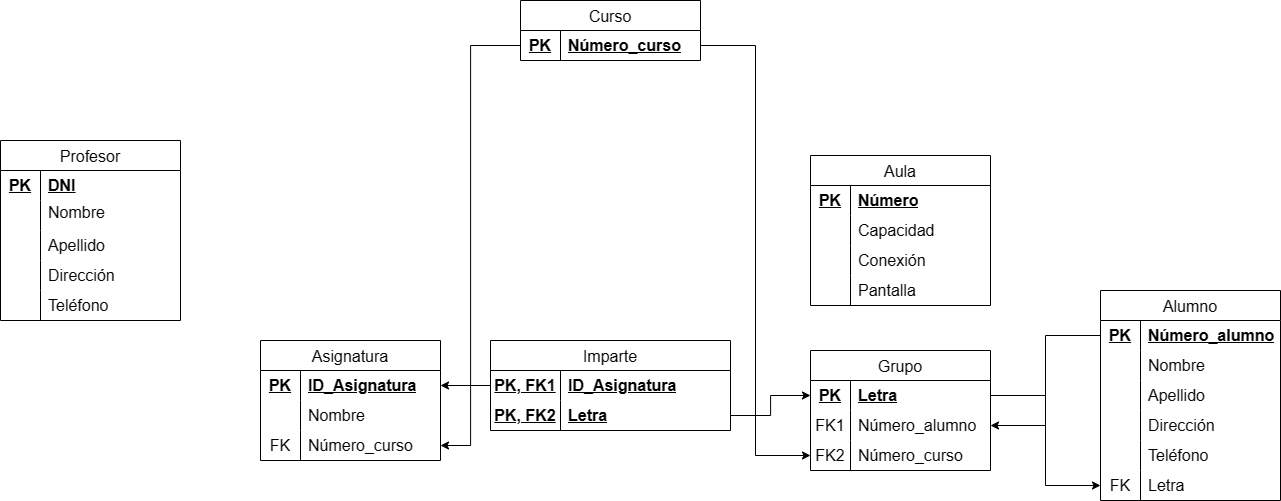
Earlier version of the draw.io export modelo-relacional/modelo_relacional_evaluable2.drawio.png (JesusLugo2002/BAE). Source tidied: cells renumbered, new cells last; positions are measured from the earlier drawing's top-left corner, leaving out a move shared by most shapes.
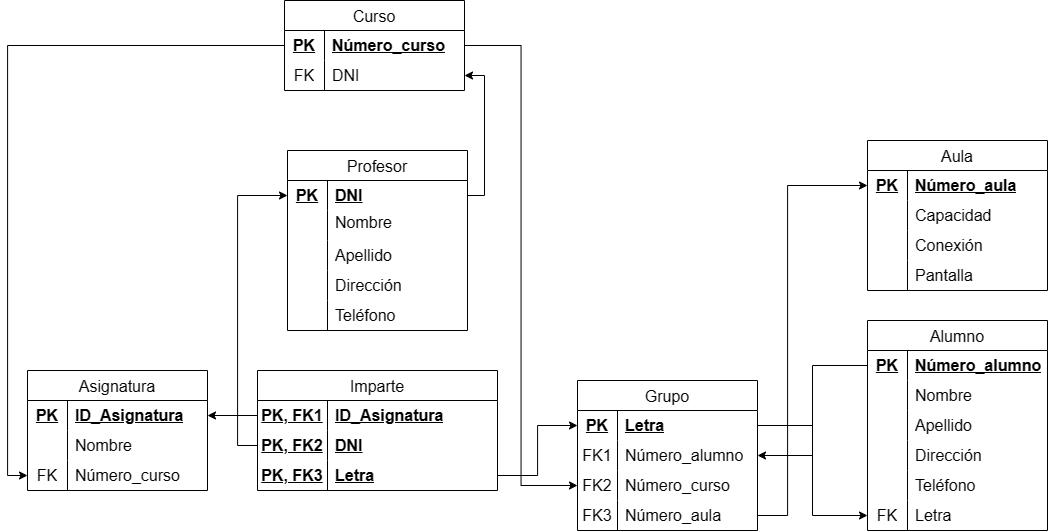
The same file after the commit.

Change to the diagram source:
```diff
@@ -3,7 +3,7 @@
     <mxCell id="0" />
     <mxCell id="1" parent="0" />
     <mxCell id="2" value="Curso" style="shape=table;startSize=30;rowLines=0;fontStyle=0;strokeColor=default;fontSize=16;" parent="1" vertex="1">
-      <mxGeometry x="520" width="180" height="60" as="geometry" />
+      <mxGeometry x="517" y="-30" width="180" height="90" as="geometry" />
     </mxCell>
     <mxCell id="3" style="shape=tableRow;horizontal=0;startSize=0;swimlaneHead=0;swimlaneBody=0;top=0;left=0;bottom=0;right=0;fillColor=none;points=[[0,0.5],[1,0.5]];portConstraint=eastwest;strokeColor=inherit;fontSize=16;" parent="2" vertex="1">
       <mxGeometry y="30" width="180" height="30" as="geometry" />
@@ -14,6 +14,15 @@
     <mxCell id="5" value="Número_curso" style="shape=partialRectangle;html=1;whiteSpace=wrap;fillColor=none;top=0;left=0;bottom=0;right=0;align=left;spacingLeft=6;overflow=hidden;strokeColor=inherit;fontSize=16;fontStyle=5;" parent="3" vertex="1">
       <mxGeometry x="40" width="140" height="30" as="geometry" />
     </mxCell>
+    <mxCell id="87" style="shape=tableRow;horizontal=0;startSize=0;swimlaneHead=0;swimlaneBody=0;top=0;left=0;bottom=0;right=0;fillColor=none;points=[[0,0.5],[1,0.5]];portConstraint=eastwest;strokeColor=inherit;fontSize=16;" parent="2" vertex="1">
+      <mxGeometry y="60" width="180" height="30" as="geometry" />
+    </mxCell>
+    <mxCell id="88" value="FK" style="shape=partialRectangle;html=1;whiteSpace=wrap;fillColor=none;top=0;left=0;bottom=0;right=0;overflow=hidden;strokeColor=inherit;fontSize=16;fontStyle=0;" parent="87" vertex="1">
+      <mxGeometry width="40" height="30" as="geometry" />
+    </mxCell>
+    <mxCell id="89" value="DNI" style="shape=partialRectangle;html=1;whiteSpace=wrap;fillColor=none;top=0;left=0;bottom=0;right=0;align=left;spacingLeft=6;overflow=hidden;strokeColor=inherit;fontSize=16;fontStyle=0;" parent="87" vertex="1">
+      <mxGeometry x="40" width="140" height="30" as="geometry" />
+    </mxCell>
     <mxCell id="6" value="Asignatura" style="shape=table;startSize=30;rowLines=0;fontStyle=0;strokeColor=default;fontSize=16;" parent="1" vertex="1">
       <mxGeometry x="260" y="340" width="180" height="120" as="geometry" />
     </mxCell>
@@ -45,7 +54,7 @@
       <mxGeometry x="40" width="140" height="30" as="geometry" />
     </mxCell>
     <mxCell id="16" value="Profesor" style="shape=table;startSize=30;rowLines=0;fontStyle=0;strokeColor=default;fontSize=16;" parent="1" vertex="1">
-      <mxGeometry y="140" width="180" height="180" as="geometry" />
+      <mxGeometry x="520" y="120" width="180" height="180" as="geometry" />
     </mxCell>
     <mxCell id="17" style="shape=tableRow;horizontal=0;startSize=0;swimlaneHead=0;swimlaneBody=0;top=0;left=0;bottom=0;right=0;fillColor=none;points=[[0,0.5],[1,0.5]];portConstraint=eastwest;strokeColor=inherit;fontSize=16;" parent="16" vertex="1">
       <mxGeometry y="30" width="180" height="30" as="geometry" />
@@ -93,7 +102,7 @@
       <mxGeometry x="40" width="140" height="30" as="geometry" />
     </mxCell>
     <mxCell id="32" value="Grupo" style="shape=table;startSize=30;rowLines=0;fontStyle=0;strokeColor=default;fontSize=16;" parent="1" vertex="1">
-      <mxGeometry x="810" y="350" width="180" height="120" as="geometry" />
+      <mxGeometry x="810" y="350" width="180" height="150" as="geometry" />
     </mxCell>
     <mxCell id="33" style="shape=tableRow;horizontal=0;startSize=0;swimlaneHead=0;swimlaneBody=0;top=0;left=0;bottom=0;right=0;fillColor=none;points=[[0,0.5],[1,0.5]];portConstraint=eastwest;strokeColor=inherit;fontSize=16;" parent="32" vertex="1">
       <mxGeometry y="30" width="180" height="30" as="geometry" />
@@ -122,6 +131,15 @@
     <mxCell id="41" value="Número_curso" style="shape=partialRectangle;html=1;whiteSpace=wrap;fillColor=none;top=0;left=0;bottom=0;right=0;align=left;spacingLeft=6;overflow=hidden;strokeColor=inherit;fontSize=16;fontStyle=0;" parent="39" vertex="1">
       <mxGeometry x="40" width="140" height="30" as="geometry" />
     </mxCell>
+    <mxCell id="90" style="shape=tableRow;horizontal=0;startSize=0;swimlaneHead=0;swimlaneBody=0;top=0;left=0;bottom=0;right=0;fillColor=none;points=[[0,0.5],[1,0.5]];portConstraint=eastwest;strokeColor=inherit;fontSize=16;" parent="32" vertex="1">
+      <mxGeometry y="120" width="180" height="30" as="geometry" />
+    </mxCell>
+    <mxCell id="91" value="FK3" style="shape=partialRectangle;html=1;whiteSpace=wrap;fillColor=none;top=0;left=0;bottom=0;right=0;overflow=hidden;strokeColor=inherit;fontSize=16;fontStyle=0;" parent="90" vertex="1">
+      <mxGeometry width="40" height="30" as="geometry" />
+    </mxCell>
+    <mxCell id="92" value="Número_aula" style="shape=partialRectangle;html=1;whiteSpace=wrap;fillColor=none;top=0;left=0;bottom=0;right=0;align=left;spacingLeft=6;overflow=hidden;strokeColor=inherit;fontSize=16;fontStyle=0;" parent="90" vertex="1">
+      <mxGeometry x="40" width="140" height="30" as="geometry" />
+    </mxCell>
     <mxCell id="42" value="Alumno" style="shape=table;startSize=30;rowLines=0;fontStyle=0;strokeColor=default;fontSize=16;" parent="1" vertex="1">
       <mxGeometry x="1100" y="290" width="180" height="210" as="geometry" />
     </mxCell>
@@ -180,7 +198,7 @@
       <mxGeometry x="40" width="140" height="30" as="geometry" />
     </mxCell>
     <mxCell id="61" value="Aula" style="shape=table;startSize=30;rowLines=0;fontStyle=0;strokeColor=default;fontSize=16;" parent="1" vertex="1">
-      <mxGeometry x="810" y="155" width="180" height="150" as="geometry" />
+      <mxGeometry x="1100" y="110" width="180" height="150" as="geometry" />
     </mxCell>
     <mxCell id="62" style="shape=tableRow;horizontal=0;startSize=0;swimlaneHead=0;swimlaneBody=0;top=0;left=0;bottom=0;right=0;fillColor=none;points=[[0,0.5],[1,0.5]];portConstraint=eastwest;strokeColor=inherit;fontSize=16;" parent="61" vertex="1">
       <mxGeometry y="30" width="180" height="30" as="geometry" />
@@ -188,7 +206,7 @@
     <mxCell id="63" value="PK&lt;span style=&quot;white-space: pre;&quot;&gt;&#9;&lt;/span&gt;" style="shape=partialRectangle;html=1;whiteSpace=wrap;fillColor=none;top=0;left=0;bottom=0;right=0;overflow=hidden;strokeColor=inherit;fontSize=16;fontStyle=5;" parent="62" vertex="1">
       <mxGeometry width="40" height="30" as="geometry" />
     </mxCell>
-    <mxCell id="64" value="Número" style="shape=partialRectangle;html=1;whiteSpace=wrap;fillColor=none;top=0;left=0;bottom=0;right=0;align=left;spacingLeft=6;overflow=hidden;strokeColor=inherit;fontSize=16;fontStyle=5;" parent="62" vertex="1">
+    <mxCell id="64" value="Número_aula" style="shape=partialRectangle;html=1;whiteSpace=wrap;fillColor=none;top=0;left=0;bottom=0;right=0;align=left;spacingLeft=6;overflow=hidden;strokeColor=inherit;fontSize=16;fontStyle=5;" parent="62" vertex="1">
       <mxGeometry x="40" width="140" height="30" as="geometry" />
     </mxCell>
     <mxCell id="65" style="shape=tableRow;horizontal=0;startSize=0;swimlaneHead=0;swimlaneBody=0;top=0;left=0;bottom=0;right=0;fillColor=none;strokeColor=inherit;fontSize=16;" parent="61" vertex="1">
@@ -224,14 +242,11 @@
     <mxCell id="75" style="edgeStyle=orthogonalEdgeStyle;rounded=0;jettySize=auto;html=1;entryX=1;entryY=0.5;entryDx=0;entryDy=0;" parent="1" edge="1" source="43" target="36">
       <mxGeometry relative="1" as="geometry" />
     </mxCell>
-    <mxCell id="76" style="edgeStyle=orthogonalEdgeStyle;rounded=0;jettySize=auto;html=1;entryX=0;entryY=0.5;entryDx=0;entryDy=0;" parent="1" edge="1" source="3" target="39">
-      <mxGeometry relative="1" as="geometry" />
-    </mxCell>
     <mxCell id="77" style="edgeStyle=orthogonalEdgeStyle;rounded=0;jettySize=auto;html=1;entryX=1;entryY=0.5;entryDx=0;entryDy=0;exitX=0;exitY=0.5;exitDx=0;exitDy=0;" parent="1" edge="1" source="79" target="7">
       <mxGeometry relative="1" as="geometry" />
     </mxCell>
     <mxCell id="78" value="Imparte" style="shape=table;startSize=30;rowLines=0;fontStyle=0;strokeColor=default;fontSize=16;" parent="1" vertex="1">
-      <mxGeometry x="490" y="340" width="240" height="90" as="geometry" />
+      <mxGeometry x="490" y="340" width="240" height="120" as="geometry" />
     </mxCell>
     <mxCell id="79" style="shape=tableRow;horizontal=0;startSize=0;swimlaneHead=0;swimlaneBody=0;top=0;left=0;bottom=0;right=0;fillColor=none;points=[[0,0.5],[1,0.5]];portConstraint=eastwest;strokeColor=inherit;fontSize=16;" parent="78" vertex="1">
       <mxGeometry y="30" width="240" height="30" as="geometry" />
@@ -242,10 +257,19 @@
     <mxCell id="81" value="ID_Asignatura" style="shape=partialRectangle;html=1;whiteSpace=wrap;fillColor=none;top=0;left=0;bottom=0;right=0;align=left;spacingLeft=6;overflow=hidden;strokeColor=inherit;fontSize=16;fontStyle=5;" parent="79" vertex="1">
       <mxGeometry x="70" width="170" height="30" as="geometry" />
     </mxCell>
+    <mxCell id="93" style="shape=tableRow;horizontal=0;startSize=0;swimlaneHead=0;swimlaneBody=0;top=0;left=0;bottom=0;right=0;fillColor=none;points=[[0,0.5],[1,0.5]];portConstraint=eastwest;strokeColor=inherit;fontSize=16;" parent="78" vertex="1">
+      <mxGeometry y="60" width="240" height="30" as="geometry" />
+    </mxCell>
+    <mxCell id="94" value="PK, FK2" style="shape=partialRectangle;html=1;whiteSpace=wrap;fillColor=none;top=0;left=0;bottom=0;right=0;overflow=hidden;strokeColor=inherit;fontSize=16;fontStyle=5;" parent="93" vertex="1">
+      <mxGeometry width="70" height="30" as="geometry" />
+    </mxCell>
+    <mxCell id="95" value="DNI" style="shape=partialRectangle;html=1;whiteSpace=wrap;fillColor=none;top=0;left=0;bottom=0;right=0;align=left;spacingLeft=6;overflow=hidden;strokeColor=inherit;fontSize=16;fontStyle=5;" parent="93" vertex="1">
+      <mxGeometry x="70" width="170" height="30" as="geometry" />
+    </mxCell>
     <mxCell id="82" style="shape=tableRow;horizontal=0;startSize=0;swimlaneHead=0;swimlaneBody=0;top=0;left=0;bottom=0;right=0;fillColor=none;points=[[0,0.5],[1,0.5]];portConstraint=eastwest;strokeColor=inherit;fontSize=16;" parent="78" vertex="1">
-      <mxGeometry y="60" width="240" height="30" as="geometry" />
+      <mxGeometry y="90" width="240" height="30" as="geometry" />
     </mxCell>
-    <mxCell id="83" value="PK, FK2" style="shape=partialRectangle;html=1;whiteSpace=wrap;fillColor=none;top=0;left=0;bottom=0;right=0;overflow=hidden;strokeColor=inherit;fontSize=16;fontStyle=5;" parent="82" vertex="1">
+    <mxCell id="83" value="PK, FK3" style="shape=partialRectangle;html=1;whiteSpace=wrap;fillColor=none;top=0;left=0;bottom=0;right=0;overflow=hidden;strokeColor=inherit;fontSize=16;fontStyle=5;" parent="82" vertex="1">
       <mxGeometry width="70" height="30" as="geometry" />
     </mxCell>
     <mxCell id="84" value="Letra" style="shape=partialRectangle;html=1;whiteSpace=wrap;fillColor=none;top=0;left=0;bottom=0;right=0;align=left;spacingLeft=6;overflow=hidden;strokeColor=inherit;fontSize=16;fontStyle=5;" parent="82" vertex="1">
@@ -254,13 +278,30 @@
     <mxCell id="85" style="edgeStyle=orthogonalEdgeStyle;rounded=0;jettySize=auto;html=1;entryX=0;entryY=0.5;entryDx=0;entryDy=0;" parent="1" edge="1" source="82" target="33">
       <mxGeometry relative="1" as="geometry" />
     </mxCell>
+    <mxCell id="96" style="edgeStyle=orthogonalEdgeStyle;rounded=0;jettySize=auto;html=1;entryX=0;entryY=0.5;entryDx=0;entryDy=0;" parent="1" edge="1" source="93" target="17">
+      <mxGeometry relative="1" as="geometry" />
+    </mxCell>
-    <mxCell id="86" style="edgeStyle=orthogonalEdgeStyle;rounded=0;jettySize=auto;html=1;entryX=1;entryY=0.5;entryDx=0;entryDy=0;exitX=0;exitY=0.5;exitDx=0;exitDy=0;" parent="1" edge="1" source="3" target="13">
-      <mxGeometry relative="1" as="geometry">
-        <Array as="points">
-          <mxPoint x="470" y="45" />
-          <mxPoint x="470" y="445" />
-        </Array>
-      </mxGeometry>
+    <mxCell id="86" style="edgeStyle=orthogonalEdgeStyle;rounded=0;jettySize=auto;html=1;entryX=0;entryY=0.5;entryDx=0;entryDy=0;" parent="1" edge="1" source="3" target="13">
+      <mxGeometry relative="1" as="geometry" />
     </mxCell>
+    <mxCell id="76" style="edgeStyle=orthogonalEdgeStyle;rounded=0;jettySize=auto;html=1;entryX=0;entryY=0.5;entryDx=0;entryDy=0;" parent="1" edge="1" source="3" target="39">
+      <mxGeometry relative="1" as="geometry" />
+    </mxCell>
+    <mxCell id="97" style="edgeStyle=orthogonalEdgeStyle;rounded=0;jettySize=auto;html=1;entryX=1;entryY=0.5;entryDx=0;entryDy=0;" parent="1" edge="1" source="17" target="87">
+      <mxGeometry relative="1" as="geometry">
+        <Array as="points">
+          <mxPoint x="717" y="165" />
+          <mxPoint x="717" y="45" />
+        </Array>
+      </mxGeometry>
+    </mxCell>
+    <mxCell id="98" style="edgeStyle=orthogonalEdgeStyle;rounded=0;jettySize=auto;html=1;entryX=0;entryY=0.5;entryDx=0;entryDy=0;" parent="1" edge="1" source="90" target="62">
+      <mxGeometry relative="1" as="geometry">
+        <Array as="points">
+          <mxPoint x="1020" y="485" />
+          <mxPoint x="1020" y="155" />
+        </Array>
+      </mxGeometry>
+    </mxCell>
   </root>
 </mxGraphModel>
```
